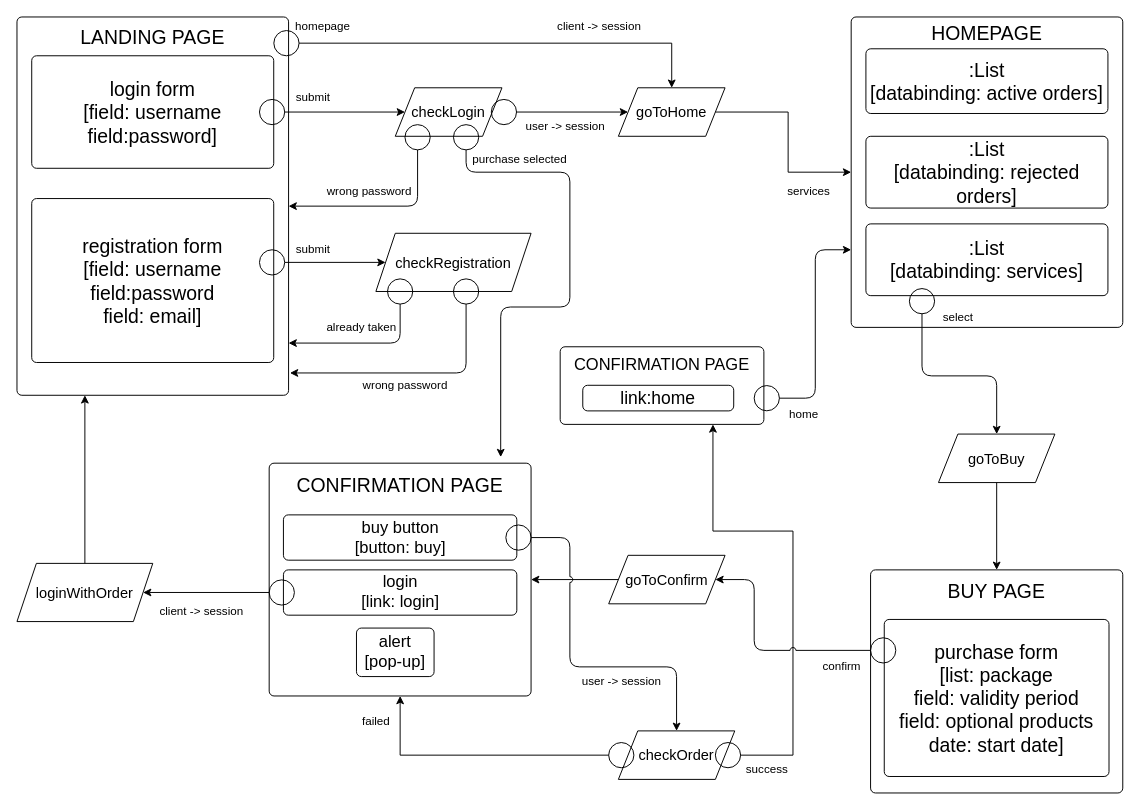
Above: page "Page-2" (2 of 2) of UML/customerORM.drawio in marcozetaa/TelcoService (draw.io), before the change. Source tidied: cells renumbered, new cells numbered last; positions are measured from the earlier drawing's top-left corner, leaving out a move shared by most shapes. Both pictures are drawn from the tidied source at 97%, with x=0, y=0 at pixel (16, 16).
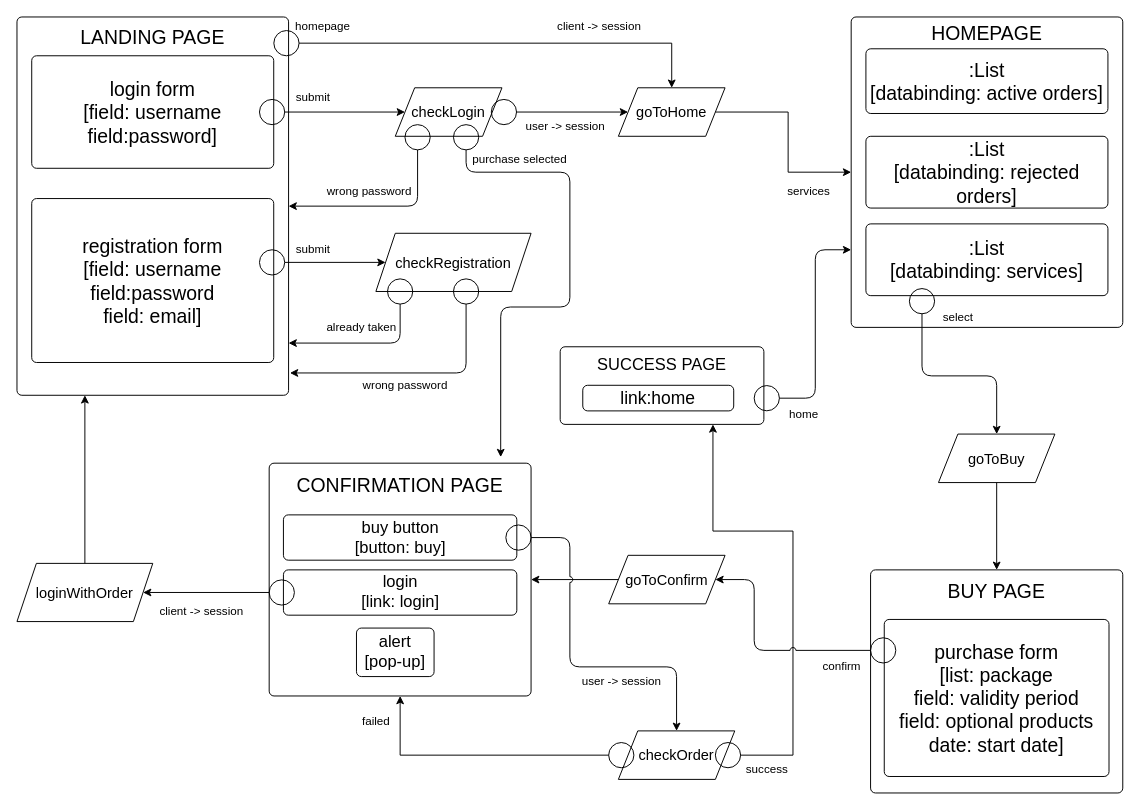
The same page after the edit.

The change refers to these unchanged cells:
```xml
<mxCell id="24" style="rounded=1;absoluteArcSize=1;html=1;arcSize=10;" parent="1" vertex="1">
  <mxGeometry x="560" y="340" width="210" height="80" as="geometry" />
</mxCell>
```

The edit, as a diff of the source:
```diff
@@
-    <mxCell id="25" value="&lt;font style=&quot;font-size: 17px&quot;&gt;CONFIRMATION PAGE&lt;/font&gt;" style="html=1;shape=mxgraph.er.anchor;whiteSpace=wrap;" parent="24" vertex="1">
+    <mxCell id="25" value="&lt;font style=&quot;font-size: 17px&quot;&gt;SUCCESS PAGE&lt;/font&gt;" style="html=1;shape=mxgraph.er.anchor;whiteSpace=wrap;" parent="24" vertex="1">
       <mxGeometry x="7.8" y="12.8" width="194.4" height="11.6" as="geometry" />
     </mxCell>
```
